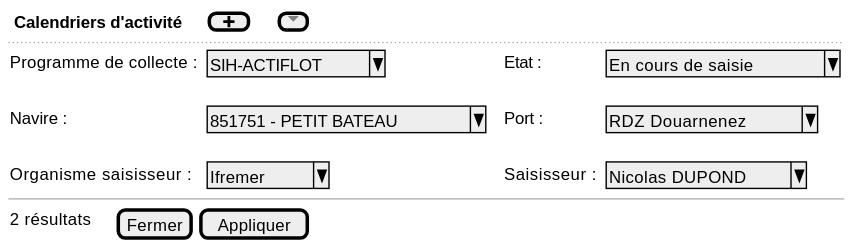
sumaris-net/sumaris-doc keeps this PlantUML diagram as projects/activity-calendar/spe/images/activity-calendar-table-filters.svg. Above is the earlier version. The source it was exported from:
```plantuml
@startsalt
{

  {
  <b> Calendriers d'activité | . | . | . | [ <&plus>] | . | . | . | [<color:Grey><&caret-bottom>]}
  ..

    {
        Programme de collecte : | . | ^ SIH-ACTIFLOT ^ | . | . | Etat :   | . | ^En cours de saisie ^
        .
        Navire : | . | ^ 851751 - PETIT BATEAU ^ | . | . | Port : | . | ^ RDZ  Douarnenez ^
        .
        Organisme saisisseur :   | . |^ Ifremer ^ |  . | . | Saisisseur :   | . | ^ Nicolas DUPOND ^

    }



  --

  {
    2 résultats | . | . | . | [Fermer] | [Appliquer]
  }
}
@endsalt
```
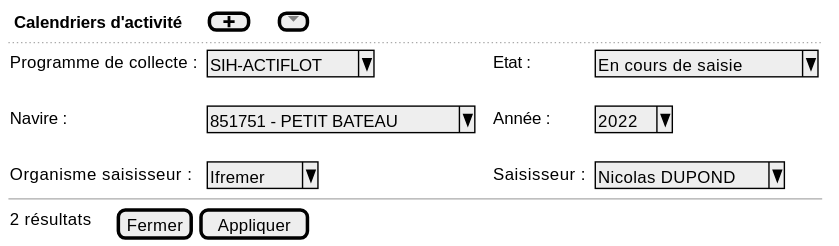
After the commit.

What changed in the source:
```diff
@@ -6,11 +6,11 @@
   ..
 
     {
-        Programme de collecte : | . | ^ SIH-ACTIFLOT ^ | . | . | Etat :   | . | ^En cours de saisie ^
+        Programme de collecte : | . | ^ SIH-ACTIFLOT^ | . | . | Etat :   | . | ^En cours de saisie^
         .
-        Navire : | . | ^ 851751 - PETIT BATEAU ^ | . | . | Port : | . | ^ RDZ  Douarnenez ^
+        Navire : | . | ^ 851751 - PETIT BATEAU^ | . | . | Année : | . | ^ 2022^
         .
-        Organisme saisisseur :   | . |^ Ifremer ^ |  . | . | Saisisseur :   | . | ^ Nicolas DUPOND ^
+        Organisme saisisseur :   | . |^ Ifremer^ |  . | . | Saisisseur :   | . | ^ Nicolas DUPOND^
 
     }
 
```
